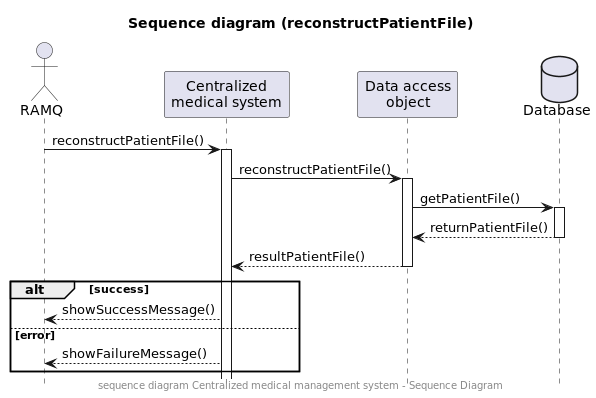
AmineSdi/PROJET_JAVAFX keeps this PlantUML diagram as Models/pngs/SequenceDiagram-reconstructPatientFile.png. Above is the earlier version.
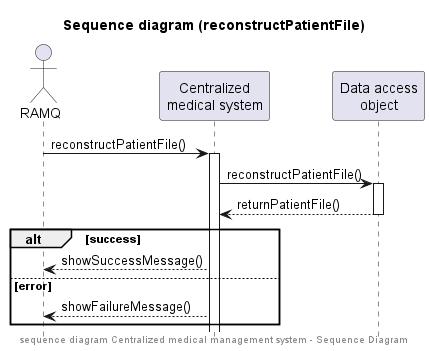
The same file after the commit.

Diff of the diagram source:
```diff
@@ -6,17 +6,12 @@
 actor "RAMQ" as R
 participant "Centralized\nmedical system" as S
 participant "Data access\nobject" as D
-database Database as DB
 
 R -> S: reconstructPatientFile()
 activate S
 S -> D: reconstructPatientFile()
 activate D
-D -> DB: getPatientFile()
-activate DB
-D <-- DB: returnPatientFile()
-deactivate DB
-D --> S: resultPatientFile()
+D --> S: returnPatientFile()
 deactivate D
 alt success
     S --> R: showSuccessMessage()
```
